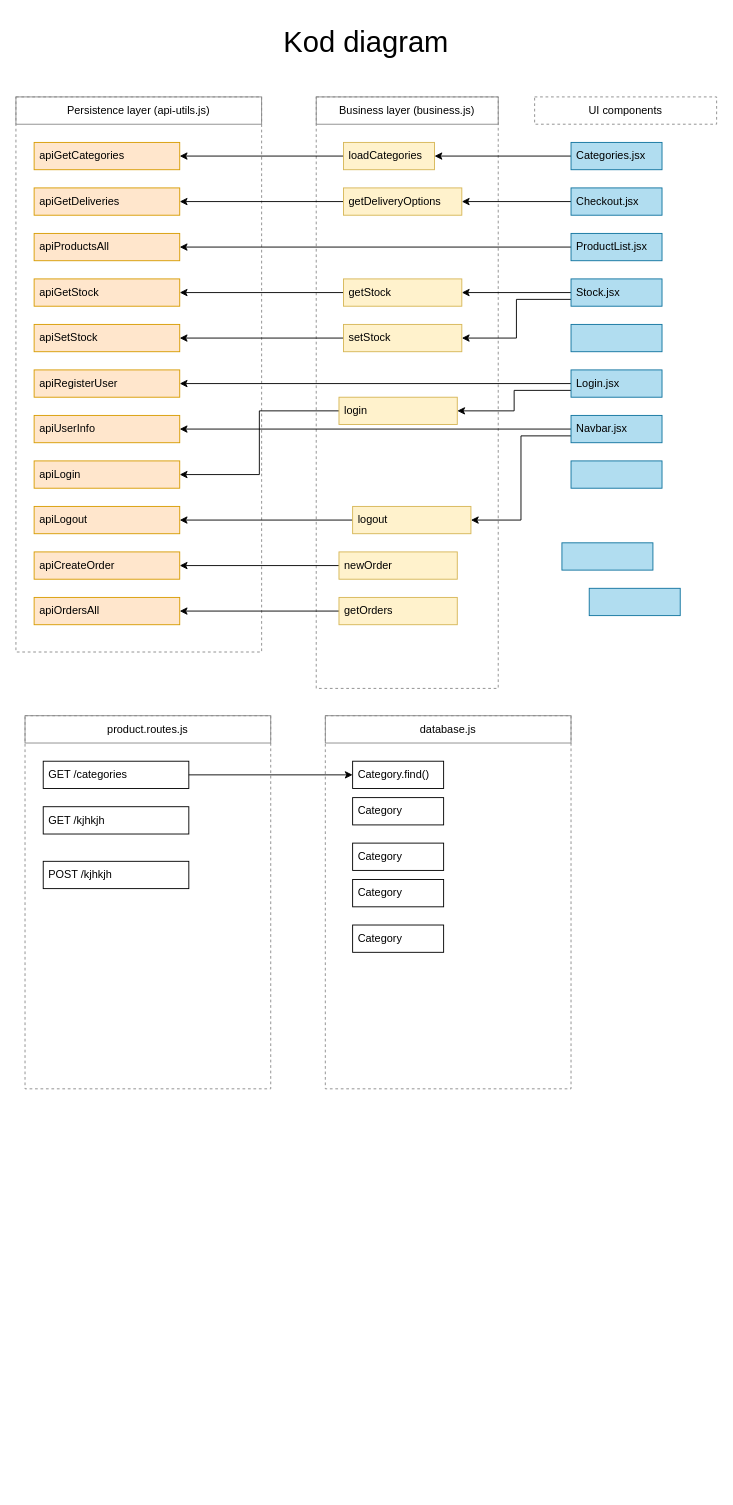
Before: Untitled Diagram.drawio in petelina17/webshop, a draw.io diagram. Source tidied: cells renumbered, new cells numbered last; positions are measured from the earlier drawing's top-left corner, leaving out a move shared by most shapes. Both pictures are drawn from the tidied source at 91%, with x=0, y=0 at pixel (15, 33).
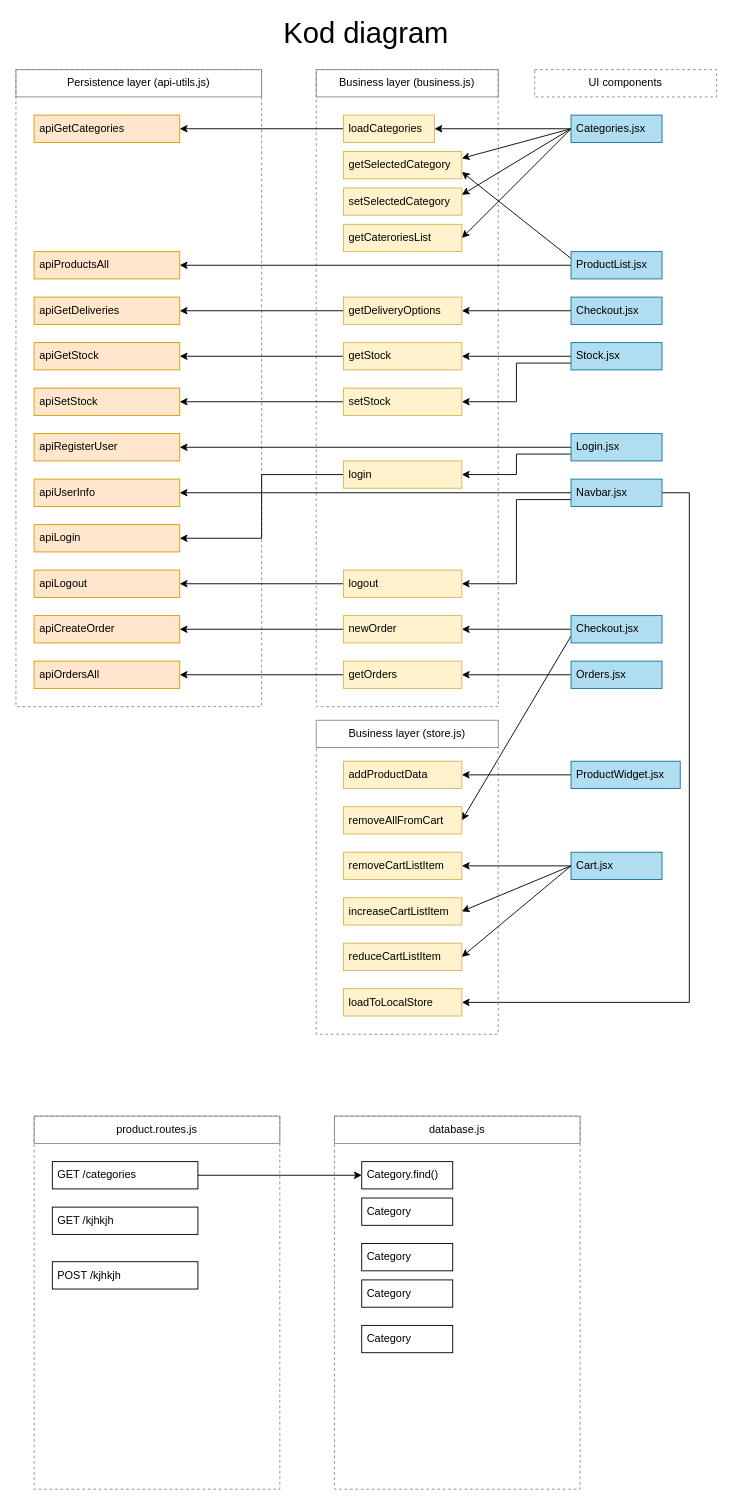
After the change.

The edit, as a diff of the source:
```diff
@@
     <mxCell id="2" style="rounded=0;whiteSpace=wrap;html=1;dashed=1;strokeColor=#8A8A8A;fillColor=none;align=left;" parent="1" vertex="1">
-      <mxGeometry x="330" y="70" width="200" height="650" as="geometry" />
+      <mxGeometry x="330" y="40" width="200" height="700" as="geometry" />
     </mxCell>
     <mxCell id="3" style="rounded=0;whiteSpace=wrap;html=1;dashed=1;strokeColor=#8A8A8A;fillColor=none;align=left;" parent="1" vertex="1">
-      <mxGeometry y="70" width="270" height="610" as="geometry" />
+      <mxGeometry y="40" width="270" height="700" as="geometry" />
     </mxCell>
     <mxCell id="4" value="apiGetCategories" style="rounded=0;whiteSpace=wrap;html=1;align=left;spacingLeft=4;spacingRight=4;fillColor=#ffe6cc;strokeColor=#d79b00;" parent="1" vertex="1">
-      <mxGeometry x="20" y="120" width="160" height="30" as="geometry" />
+      <mxGeometry x="20" y="90" width="160" height="30" as="geometry" />
     </mxCell>
     <mxCell id="5" value="&lt;font style=&quot;font-size: 32px&quot;&gt;Kod diagram&lt;/font&gt;" style="text;html=1;strokeColor=none;fillColor=none;align=center;verticalAlign=middle;whiteSpace=wrap;rounded=0;" parent="1" vertex="1">
-      <mxGeometry x="180" width="410" height="20" as="geometry" />
+      <mxGeometry x="180" y="-10" width="410" height="20" as="geometry" />
     </mxCell>
     <mxCell id="6" value="apiGetDeliveries" style="rounded=0;whiteSpace=wrap;html=1;align=left;spacingLeft=4;spacingRight=4;fillColor=#ffe6cc;strokeColor=#d79b00;" parent="1" vertex="1">
-      <mxGeometry x="20" y="170" width="160" height="30" as="geometry" />
+      <mxGeometry x="20" y="290" width="160" height="30" as="geometry" />
     </mxCell>
     <mxCell id="7" value="Persistence layer (api-utils.js)" style="rounded=0;whiteSpace=wrap;html=1;strokeColor=#8A8A8A;fillColor=none;align=center;" parent="1" vertex="1">
-      <mxGeometry y="70" width="270" height="30" as="geometry" />
+      <mxGeometry y="40" width="270" height="30" as="geometry" />
     </mxCell>
     <mxCell id="8" value="Business layer (business.js)" style="rounded=0;whiteSpace=wrap;html=1;strokeColor=#8A8A8A;fillColor=none;align=center;" parent="1" vertex="1">
-      <mxGeometry x="330" y="70" width="200" height="30" as="geometry" />
+      <mxGeometry x="330" y="40" width="200" height="30" as="geometry" />
     </mxCell>
@@
     <mxCell id="10" value="loadCategories" style="rounded=0;whiteSpace=wrap;html=1;align=left;spacingLeft=4;spacingRight=4;fillColor=#fff2cc;strokeColor=#d6b656;" parent="1" vertex="1">
-      <mxGeometry x="360" y="120" width="100" height="30" as="geometry" />
+      <mxGeometry x="360" y="90" width="100" height="30" as="geometry" />
     </mxCell>
     <mxCell id="11" style="rounded=0;whiteSpace=wrap;html=1;dashed=1;strokeColor=#8A8A8A;fillColor=none;align=left;" parent="1" vertex="1">
-      <mxGeometry x="10" y="750" width="270" height="410" as="geometry" />
+      <mxGeometry x="20" y="1190" width="270" height="410" as="geometry" />
     </mxCell>
     <mxCell id="12" value="GET /categories" style="rounded=0;whiteSpace=wrap;html=1;align=left;spacingLeft=4;spacingRight=4;" parent="1" vertex="1">
-      <mxGeometry x="30" y="800" width="160" height="30" as="geometry" />
+      <mxGeometry x="40" y="1240" width="160" height="30" as="geometry" />
     </mxCell>
     <mxCell id="13" value="GET /kjhkjh" style="rounded=0;whiteSpace=wrap;html=1;align=left;spacingLeft=4;spacingRight=4;" parent="1" vertex="1">
-      <mxGeometry x="30" y="850" width="160" height="30" as="geometry" />
+      <mxGeometry x="40" y="1290" width="160" height="30" as="geometry" />
     </mxCell>
     <mxCell id="14" value="POST /kjhkjh" style="rounded=0;whiteSpace=wrap;html=1;align=left;spacingLeft=4;spacingRight=4;" parent="1" vertex="1">
-      <mxGeometry x="30" y="910" width="160" height="30" as="geometry" />
+      <mxGeometry x="40" y="1350" width="160" height="30" as="geometry" />
     </mxCell>
     <mxCell id="15" value="product.routes.js" style="rounded=0;whiteSpace=wrap;html=1;strokeColor=#8A8A8A;fillColor=none;align=center;" parent="1" vertex="1">
-      <mxGeometry x="10" y="750" width="270" height="30" as="geometry" />
+      <mxGeometry x="20" y="1190" width="270" height="30" as="geometry" />
     </mxCell>
     <mxCell id="16" style="rounded=0;whiteSpace=wrap;html=1;dashed=1;strokeColor=#8A8A8A;fillColor=none;align=left;" parent="1" vertex="1">
-      <mxGeometry x="340" y="750" width="270" height="410" as="geometry" />
+      <mxGeometry x="350" y="1190" width="270" height="410" as="geometry" />
     </mxCell>
     <mxCell id="17" value="database.js" style="rounded=0;whiteSpace=wrap;html=1;strokeColor=#8A8A8A;fillColor=none;align=center;" parent="1" vertex="1">
-      <mxGeometry x="340" y="750" width="270" height="30" as="geometry" />
+      <mxGeometry x="350" y="1190" width="270" height="30" as="geometry" />
     </mxCell>
     <mxCell id="18" value="Category.find()" style="rounded=0;whiteSpace=wrap;html=1;align=left;spacingLeft=4;spacingRight=4;" parent="1" vertex="1">
-      <mxGeometry x="370" y="800" width="100" height="30" as="geometry" />
+      <mxGeometry x="380" y="1240" width="100" height="30" as="geometry" />
     </mxCell>
     <mxCell id="19" value="Category" style="rounded=0;whiteSpace=wrap;html=1;align=left;spacingLeft=4;spacingRight=4;" parent="1" vertex="1">
-      <mxGeometry x="370" y="840" width="100" height="30" as="geometry" />
+      <mxGeometry x="380" y="1280" width="100" height="30" as="geometry" />
     </mxCell>
     <mxCell id="20" value="Category" style="rounded=0;whiteSpace=wrap;html=1;align=left;spacingLeft=4;spacingRight=4;" parent="1" vertex="1">
-      <mxGeometry x="370" y="890" width="100" height="30" as="geometry" />
+      <mxGeometry x="380" y="1330" width="100" height="30" as="geometry" />
     </mxCell>
     <mxCell id="21" value="Category" style="rounded=0;whiteSpace=wrap;html=1;align=left;spacingLeft=4;spacingRight=4;" parent="1" vertex="1">
-      <mxGeometry x="370" y="930" width="100" height="30" as="geometry" />
+      <mxGeometry x="380" y="1370" width="100" height="30" as="geometry" />
     </mxCell>
     <mxCell id="22" value="Category" style="rounded=0;whiteSpace=wrap;html=1;align=left;spacingLeft=4;spacingRight=4;" parent="1" vertex="1">
-      <mxGeometry x="370" y="980" width="100" height="30" as="geometry" />
+      <mxGeometry x="380" y="1420" width="100" height="30" as="geometry" />
     </mxCell>
@@
-    <mxCell id="24" style="edgeStyle=orthogonalEdgeStyle;rounded=0;jettySize=auto;html=1;exitX=0;exitY=0.5;exitDx=0;exitDy=0;" parent="1" edge="1" source="25" target="10">
+    <mxCell id="24" style="rounded=0;jettySize=auto;html=1;exitX=0;exitY=0.5;exitDx=0;exitDy=0;" parent="1" edge="1" source="25" target="10">
       <mxGeometry relative="1" as="geometry" />
     </mxCell>
+    <mxCell id="67" style="rounded=0;jettySize=auto;html=1;exitX=0;exitY=0.5;exitDx=0;exitDy=0;entryX=1;entryY=0.25;entryDx=0;entryDy=0;" parent="1" edge="1" source="25" target="75">
+      <mxGeometry relative="1" as="geometry" />
+    </mxCell>
+    <mxCell id="68" style="rounded=0;jettySize=auto;html=1;exitX=0;exitY=0.5;exitDx=0;exitDy=0;entryX=1;entryY=0.25;entryDx=0;entryDy=0;" parent="1" edge="1" source="25" target="76">
+      <mxGeometry relative="1" as="geometry" />
+    </mxCell>
+    <mxCell id="69" style="edgeStyle=none;rounded=0;jettySize=auto;html=1;exitX=0;exitY=0.5;exitDx=0;exitDy=0;entryX=1;entryY=0.5;entryDx=0;entryDy=0;" parent="1" edge="1" source="25" target="77">
+      <mxGeometry relative="1" as="geometry" />
+    </mxCell>
     <mxCell id="25" value="Categories.jsx" style="rounded=0;whiteSpace=wrap;html=1;align=left;spacingLeft=4;spacingRight=4;fillColor=#b1ddf0;strokeColor=#10739e;" parent="1" vertex="1">
-      <mxGeometry x="610" y="120" width="100" height="30" as="geometry" />
+      <mxGeometry x="610" y="90" width="100" height="30" as="geometry" />
     </mxCell>
     <mxCell id="26" value="UI components" style="rounded=0;whiteSpace=wrap;html=1;strokeColor=#8A8A8A;fillColor=none;align=center;dashed=1;" parent="1" vertex="1">
-      <mxGeometry x="570" y="70" width="200" height="30" as="geometry" />
+      <mxGeometry x="570" y="40" width="200" height="30" as="geometry" />
     </mxCell>
@@
     <mxCell id="28" value="getDeliveryOptions" style="rounded=0;whiteSpace=wrap;html=1;align=left;spacingLeft=4;spacingRight=4;fillColor=#fff2cc;strokeColor=#d6b656;" parent="1" vertex="1">
-      <mxGeometry x="360" y="170" width="130" height="30" as="geometry" />
+      <mxGeometry x="360" y="290" width="130" height="30" as="geometry" />
     </mxCell>
@@
     <mxCell id="30" value="Checkout.jsx" style="rounded=0;whiteSpace=wrap;html=1;align=left;spacingLeft=4;spacingRight=4;fillColor=#b1ddf0;strokeColor=#10739e;" parent="1" vertex="1">
-      <mxGeometry x="610" y="170" width="100" height="30" as="geometry" />
+      <mxGeometry x="610" y="290" width="100" height="30" as="geometry" />
     </mxCell>
     <mxCell id="31" value="apiProductsAll" style="rounded=0;whiteSpace=wrap;html=1;align=left;spacingLeft=4;spacingRight=4;fillColor=#ffe6cc;strokeColor=#d79b00;" parent="1" vertex="1">
-      <mxGeometry x="20" y="220" width="160" height="30" as="geometry" />
+      <mxGeometry x="20" y="240" width="160" height="30" as="geometry" />
     </mxCell>
@@
+    <mxCell id="70" style="rounded=0;jettySize=auto;html=1;entryX=1;entryY=0.75;entryDx=0;entryDy=0;exitX=0;exitY=0.25;exitDx=0;exitDy=0;" parent="1" edge="1" source="33" target="75">
+      <mxGeometry relative="1" as="geometry" />
+    </mxCell>
     <mxCell id="33" value="ProductList.jsx" style="rounded=0;whiteSpace=wrap;html=1;align=left;spacingLeft=4;spacingRight=4;fillColor=#b1ddf0;strokeColor=#10739e;" parent="1" vertex="1">
-      <mxGeometry x="610" y="220" width="100" height="30" as="geometry" />
+      <mxGeometry x="610" y="240" width="100" height="30" as="geometry" />
     </mxCell>
     <mxCell id="34" value="apiGetStock" style="rounded=0;whiteSpace=wrap;html=1;align=left;spacingLeft=4;spacingRight=4;fillColor=#ffe6cc;strokeColor=#d79b00;" parent="1" vertex="1">
-      <mxGeometry x="20" y="270" width="160" height="30" as="geometry" />
+      <mxGeometry x="20" y="340" width="160" height="30" as="geometry" />
     </mxCell>
@@
     <mxCell id="37" value="Stock.jsx" style="rounded=0;whiteSpace=wrap;html=1;align=left;spacingLeft=4;spacingRight=4;fillColor=#b1ddf0;strokeColor=#10739e;" parent="1" vertex="1">
-      <mxGeometry x="610" y="270" width="100" height="30" as="geometry" />
+      <mxGeometry x="610" y="340" width="100" height="30" as="geometry" />
     </mxCell>
@@
     <mxCell id="39" value="getStock" style="rounded=0;whiteSpace=wrap;html=1;align=left;spacingLeft=4;spacingRight=4;fillColor=#fff2cc;strokeColor=#d6b656;" parent="1" vertex="1">
-      <mxGeometry x="360" y="270" width="130" height="30" as="geometry" />
+      <mxGeometry x="360" y="340" width="130" height="30" as="geometry" />
     </mxCell>
     <mxCell id="40" value="apiSetStock" style="rounded=0;whiteSpace=wrap;html=1;align=left;spacingLeft=4;spacingRight=4;fillColor=#ffe6cc;strokeColor=#d79b00;" parent="1" vertex="1">
-      <mxGeometry x="20" y="320" width="160" height="30" as="geometry" />
+      <mxGeometry x="20" y="390" width="160" height="30" as="geometry" />
     </mxCell>
     <mxCell id="41" value="apiRegisterUser" style="rounded=0;whiteSpace=wrap;html=1;align=left;spacingLeft=4;spacingRight=4;fillColor=#ffe6cc;strokeColor=#d79b00;" parent="1" vertex="1">
-      <mxGeometry x="20" y="370" width="160" height="30" as="geometry" />
+      <mxGeometry x="20" y="440" width="160" height="30" as="geometry" />
     </mxCell>
     <mxCell id="42" value="apiUserInfo" style="rounded=0;whiteSpace=wrap;html=1;align=left;spacingLeft=4;spacingRight=4;fillColor=#ffe6cc;strokeColor=#d79b00;" parent="1" vertex="1">
-      <mxGeometry x="20" y="420" width="160" height="30" as="geometry" />
+      <mxGeometry x="20" y="490" width="160" height="30" as="geometry" />
     </mxCell>
     <mxCell id="43" value="apiLogin" style="rounded=0;whiteSpace=wrap;html=1;align=left;spacingLeft=4;spacingRight=4;fillColor=#ffe6cc;strokeColor=#d79b00;" parent="1" vertex="1">
-      <mxGeometry x="20" y="470" width="160" height="30" as="geometry" />
+      <mxGeometry x="20" y="540" width="160" height="30" as="geometry" />
     </mxCell>
     <mxCell id="44" value="apiLogout" style="rounded=0;whiteSpace=wrap;html=1;align=left;spacingLeft=4;spacingRight=4;fillColor=#ffe6cc;strokeColor=#d79b00;" parent="1" vertex="1">
-      <mxGeometry x="20" y="520" width="160" height="30" as="geometry" />
+      <mxGeometry x="20" y="590" width="160" height="30" as="geometry" />
     </mxCell>
     <mxCell id="45" value="apiCreateOrder" style="rounded=0;whiteSpace=wrap;html=1;align=left;spacingLeft=4;spacingRight=4;fillColor=#ffe6cc;strokeColor=#d79b00;" parent="1" vertex="1">
-      <mxGeometry x="20" y="570" width="160" height="30" as="geometry" />
+      <mxGeometry x="20" y="640" width="160" height="30" as="geometry" />
     </mxCell>
     <mxCell id="46" value="apiOrdersAll" style="rounded=0;whiteSpace=wrap;html=1;align=left;spacingLeft=4;spacingRight=4;fillColor=#ffe6cc;strokeColor=#d79b00;" parent="1" vertex="1">
-      <mxGeometry x="20" y="620" width="160" height="30" as="geometry" />
+      <mxGeometry x="20" y="690" width="160" height="30" as="geometry" />
     </mxCell>
@@
     <mxCell id="48" value="setStock" style="rounded=0;whiteSpace=wrap;html=1;align=left;spacingLeft=4;spacingRight=4;fillColor=#fff2cc;strokeColor=#d6b656;" parent="1" vertex="1">
-      <mxGeometry x="360" y="320" width="130" height="30" as="geometry" />
+      <mxGeometry x="360" y="390" width="130" height="30" as="geometry" />
     </mxCell>
@@
     <mxCell id="50" value="login" style="rounded=0;whiteSpace=wrap;html=1;align=left;spacingLeft=4;spacingRight=4;fillColor=#fff2cc;strokeColor=#d6b656;" parent="1" vertex="1">
-      <mxGeometry x="355" y="400" width="130" height="30" as="geometry" />
+      <mxGeometry x="360" y="470" width="130" height="30" as="geometry" />
     </mxCell>
@@
     <mxCell id="52" value="logout" style="rounded=0;whiteSpace=wrap;html=1;align=left;spacingLeft=4;spacingRight=4;fillColor=#fff2cc;strokeColor=#d6b656;" parent="1" vertex="1">
-      <mxGeometry x="370" y="520" width="130" height="30" as="geometry" />
+      <mxGeometry x="360" y="590" width="130" height="30" as="geometry" />
     </mxCell>
@@
     <mxCell id="54" value="newOrder" style="rounded=0;whiteSpace=wrap;html=1;align=left;spacingLeft=4;spacingRight=4;fillColor=#fff2cc;strokeColor=#d6b656;" parent="1" vertex="1">
-      <mxGeometry x="355" y="570" width="130" height="30" as="geometry" />
+      <mxGeometry x="360" y="640" width="130" height="30" as="geometry" />
     </mxCell>
@@
     <mxCell id="56" value="getOrders" style="rounded=0;whiteSpace=wrap;html=1;align=left;spacingLeft=4;spacingRight=4;fillColor=#fff2cc;strokeColor=#d6b656;" parent="1" vertex="1">
-      <mxGeometry x="355" y="620" width="130" height="30" as="geometry" />
+      <mxGeometry x="360" y="690" width="130" height="30" as="geometry" />
     </mxCell>
-    <mxCell id="57" style="rounded=0;whiteSpace=wrap;html=1;align=left;spacingLeft=4;spacingRight=4;fillColor=#b1ddf0;strokeColor=#10739e;" parent="1" vertex="1">
-      <mxGeometry x="610" y="320" width="100" height="30" as="geometry" />
-    </mxCell>
@@
     <mxCell id="60" value="Login.jsx" style="rounded=0;whiteSpace=wrap;html=1;align=left;spacingLeft=4;spacingRight=4;fillColor=#b1ddf0;strokeColor=#10739e;" parent="1" vertex="1">
-      <mxGeometry x="610" y="370" width="100" height="30" as="geometry" />
+      <mxGeometry x="610" y="440" width="100" height="30" as="geometry" />
     </mxCell>
@@
+    <mxCell id="71" style="edgeStyle=elbowEdgeStyle;rounded=0;jettySize=auto;html=1;entryX=1;entryY=0.5;entryDx=0;entryDy=0;" parent="1" edge="1" source="63" target="85">
+      <mxGeometry relative="1" as="geometry">
+        <Array as="points">
+          <mxPoint x="740" y="700" />
+          <mxPoint x="750" y="800" />
+        </Array>
+      </mxGeometry>
+    </mxCell>
     <mxCell id="63" value="Navbar.jsx" style="rounded=0;whiteSpace=wrap;html=1;align=left;spacingLeft=4;spacingRight=4;fillColor=#b1ddf0;strokeColor=#10739e;" parent="1" vertex="1">
-      <mxGeometry x="610" y="420" width="100" height="30" as="geometry" />
+      <mxGeometry x="610" y="490" width="100" height="30" as="geometry" />
     </mxCell>
-    <mxCell id="64" style="rounded=0;whiteSpace=wrap;html=1;align=left;spacingLeft=4;spacingRight=4;fillColor=#b1ddf0;strokeColor=#10739e;" parent="1" vertex="1">
-      <mxGeometry x="610" y="470" width="100" height="30" as="geometry" />
-    </mxCell>
+    <mxCell id="72" style="edgeStyle=orthogonalEdgeStyle;rounded=0;jettySize=auto;html=1;entryX=1;entryY=0.5;entryDx=0;entryDy=0;exitX=0;exitY=0.5;exitDx=0;exitDy=0;" parent="1" edge="1" source="65" target="54">
+      <mxGeometry relative="1" as="geometry" />
+    </mxCell>
+    <mxCell id="73" style="edgeStyle=none;rounded=0;jettySize=auto;html=1;exitX=0;exitY=0.75;exitDx=0;exitDy=0;entryX=1;entryY=0.5;entryDx=0;entryDy=0;" parent="1" edge="1" source="65" target="81">
+      <mxGeometry relative="1" as="geometry" />
+    </mxCell>
-    <mxCell id="65" style="rounded=0;whiteSpace=wrap;html=1;align=left;spacingLeft=4;spacingRight=4;fillColor=#b1ddf0;strokeColor=#10739e;" parent="1" vertex="1">
-      <mxGeometry x="600" y="560" width="100" height="30" as="geometry" />
+    <mxCell id="65" value="Checkout.jsx" style="rounded=0;whiteSpace=wrap;html=1;align=left;spacingLeft=4;spacingRight=4;fillColor=#b1ddf0;strokeColor=#10739e;" parent="1" vertex="1">
+      <mxGeometry x="610" y="640" width="100" height="30" as="geometry" />
     </mxCell>
+    <mxCell id="74" style="edgeStyle=orthogonalEdgeStyle;rounded=0;jettySize=auto;html=1;entryX=1;entryY=0.5;entryDx=0;entryDy=0;" parent="1" edge="1" source="66" target="56">
+      <mxGeometry relative="1" as="geometry" />
+    </mxCell>
-    <mxCell id="66" style="rounded=0;whiteSpace=wrap;html=1;align=left;spacingLeft=4;spacingRight=4;fillColor=#b1ddf0;strokeColor=#10739e;" parent="1" vertex="1">
-      <mxGeometry x="630" y="610" width="100" height="30" as="geometry" />
+    <mxCell id="66" value="Orders.jsx" style="rounded=0;whiteSpace=wrap;html=1;align=left;spacingLeft=4;spacingRight=4;fillColor=#b1ddf0;strokeColor=#10739e;" parent="1" vertex="1">
+      <mxGeometry x="610" y="690" width="100" height="30" as="geometry" />
     </mxCell>
+    <mxCell id="75" value="getSelectedCategory" style="rounded=0;whiteSpace=wrap;html=1;align=left;spacingLeft=4;spacingRight=4;fillColor=#fff2cc;strokeColor=#d6b656;" parent="1" vertex="1">
+      <mxGeometry x="360" y="130" width="130" height="30" as="geometry" />
+    </mxCell>
+    <mxCell id="76" value="setSelectedCategory" style="rounded=0;whiteSpace=wrap;html=1;align=left;spacingLeft=4;spacingRight=4;fillColor=#fff2cc;strokeColor=#d6b656;" parent="1" vertex="1">
+      <mxGeometry x="360" y="170" width="130" height="30" as="geometry" />
+    </mxCell>
+    <mxCell id="77" value="getCateroriesList" style="rounded=0;whiteSpace=wrap;html=1;align=left;spacingLeft=4;spacingRight=4;fillColor=#fff2cc;strokeColor=#d6b656;" parent="1" vertex="1">
+      <mxGeometry x="360" y="210" width="130" height="30" as="geometry" />
+    </mxCell>
+    <mxCell id="78" style="rounded=0;whiteSpace=wrap;html=1;dashed=1;strokeColor=#8A8A8A;fillColor=none;align=left;" parent="1" vertex="1">
+      <mxGeometry x="330" y="785" width="200" height="315" as="geometry" />
+    </mxCell>
+    <mxCell id="79" value="Business layer (store.js)" style="rounded=0;whiteSpace=wrap;html=1;strokeColor=#8A8A8A;fillColor=none;align=center;" parent="1" vertex="1">
+      <mxGeometry x="330" y="755" width="200" height="30" as="geometry" />
+    </mxCell>
+    <mxCell id="80" value="addProductData" style="rounded=0;whiteSpace=wrap;html=1;align=left;spacingLeft=4;spacingRight=4;fillColor=#fff2cc;strokeColor=#d6b656;" parent="1" vertex="1">
+      <mxGeometry x="360" y="800" width="130" height="30" as="geometry" />
+    </mxCell>
+    <mxCell id="81" value="removeAllFromCart" style="rounded=0;whiteSpace=wrap;html=1;align=left;spacingLeft=4;spacingRight=4;fillColor=#fff2cc;strokeColor=#d6b656;" parent="1" vertex="1">
+      <mxGeometry x="360" y="850" width="130" height="30" as="geometry" />
+    </mxCell>
+    <mxCell id="82" value="removeCartListItem" style="rounded=0;whiteSpace=wrap;html=1;align=left;spacingLeft=4;spacingRight=4;fillColor=#fff2cc;strokeColor=#d6b656;" parent="1" vertex="1">
+      <mxGeometry x="360" y="900" width="130" height="30" as="geometry" />
+    </mxCell>
+    <mxCell id="83" value="increaseCartListItem" style="rounded=0;whiteSpace=wrap;html=1;align=left;spacingLeft=4;spacingRight=4;fillColor=#fff2cc;strokeColor=#d6b656;" parent="1" vertex="1">
+      <mxGeometry x="360" y="950" width="130" height="30" as="geometry" />
+    </mxCell>
+    <mxCell id="84" value="reduceCartListItem" style="rounded=0;whiteSpace=wrap;html=1;align=left;spacingLeft=4;spacingRight=4;fillColor=#fff2cc;strokeColor=#d6b656;" parent="1" vertex="1">
+      <mxGeometry x="360" y="1000" width="130" height="30" as="geometry" />
+    </mxCell>
+    <mxCell id="85" value="loadToLocalStore" style="rounded=0;whiteSpace=wrap;html=1;align=left;spacingLeft=4;spacingRight=4;fillColor=#fff2cc;strokeColor=#d6b656;" parent="1" vertex="1">
+      <mxGeometry x="360" y="1050" width="130" height="30" as="geometry" />
+    </mxCell>
+    <mxCell id="86" style="edgeStyle=none;rounded=0;jettySize=auto;html=1;exitX=0;exitY=0.5;exitDx=0;exitDy=0;entryX=1;entryY=0.5;entryDx=0;entryDy=0;" parent="1" edge="1" source="87" target="80">
+      <mxGeometry relative="1" as="geometry" />
+    </mxCell>
+    <mxCell id="87" value="ProductWidget.jsx" style="rounded=0;whiteSpace=wrap;html=1;align=left;spacingLeft=4;spacingRight=4;fillColor=#b1ddf0;strokeColor=#10739e;" parent="1" vertex="1">
+      <mxGeometry x="610" y="800" width="120" height="30" as="geometry" />
+    </mxCell>
+    <mxCell id="88" style="edgeStyle=none;rounded=0;jettySize=auto;html=1;exitX=0;exitY=0.5;exitDx=0;exitDy=0;entryX=1;entryY=0.5;entryDx=0;entryDy=0;" parent="1" edge="1" source="91" target="82">
+      <mxGeometry relative="1" as="geometry" />
+    </mxCell>
+    <mxCell id="89" style="edgeStyle=none;rounded=0;jettySize=auto;html=1;exitX=0;exitY=0.5;exitDx=0;exitDy=0;entryX=1;entryY=0.5;entryDx=0;entryDy=0;" parent="1" edge="1" source="91" target="83">
+      <mxGeometry relative="1" as="geometry" />
+    </mxCell>
+    <mxCell id="90" style="edgeStyle=none;rounded=0;jettySize=auto;html=1;exitX=0;exitY=0.5;exitDx=0;exitDy=0;entryX=1;entryY=0.5;entryDx=0;entryDy=0;" parent="1" edge="1" source="91" target="84">
+      <mxGeometry relative="1" as="geometry" />
+    </mxCell>
+    <mxCell id="91" value="Cart.jsx" style="rounded=0;whiteSpace=wrap;html=1;align=left;spacingLeft=4;spacingRight=4;fillColor=#b1ddf0;strokeColor=#10739e;" parent="1" vertex="1">
+      <mxGeometry x="610" y="900" width="100" height="30" as="geometry" />
+    </mxCell>
```
